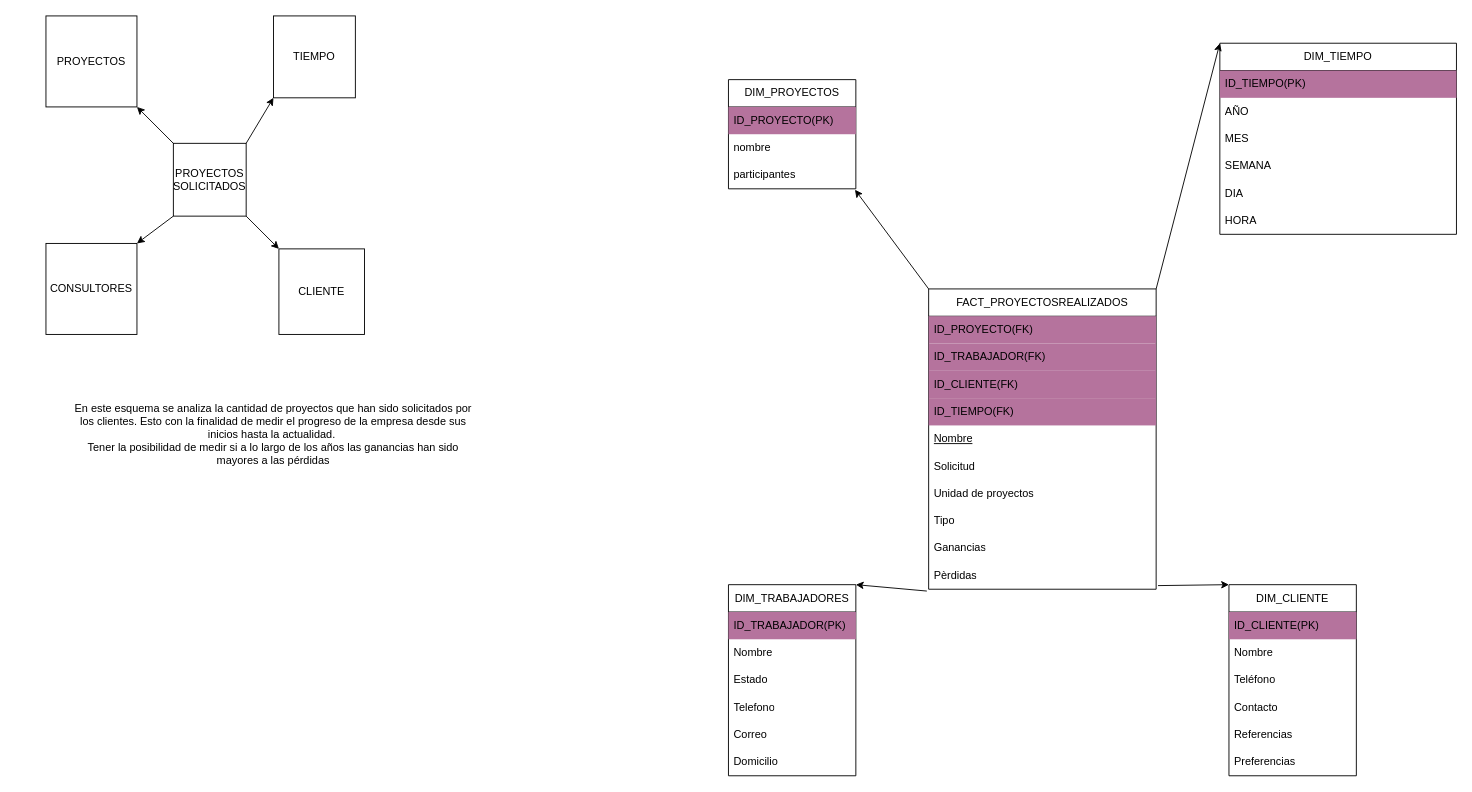
Above: page "Esquema1" (1 of 3) of Diagrama sin título.drawio in itslourdes/lourdesvaca (draw.io), before the change. Source tidied: cells renumbered, new cells numbered last; positions are measured from the earlier drawing's top-left corner, leaving out a move shared by most shapes. Both pictures are drawn from the tidied source at 91%, with x=0, y=0 at pixel (46, 15).
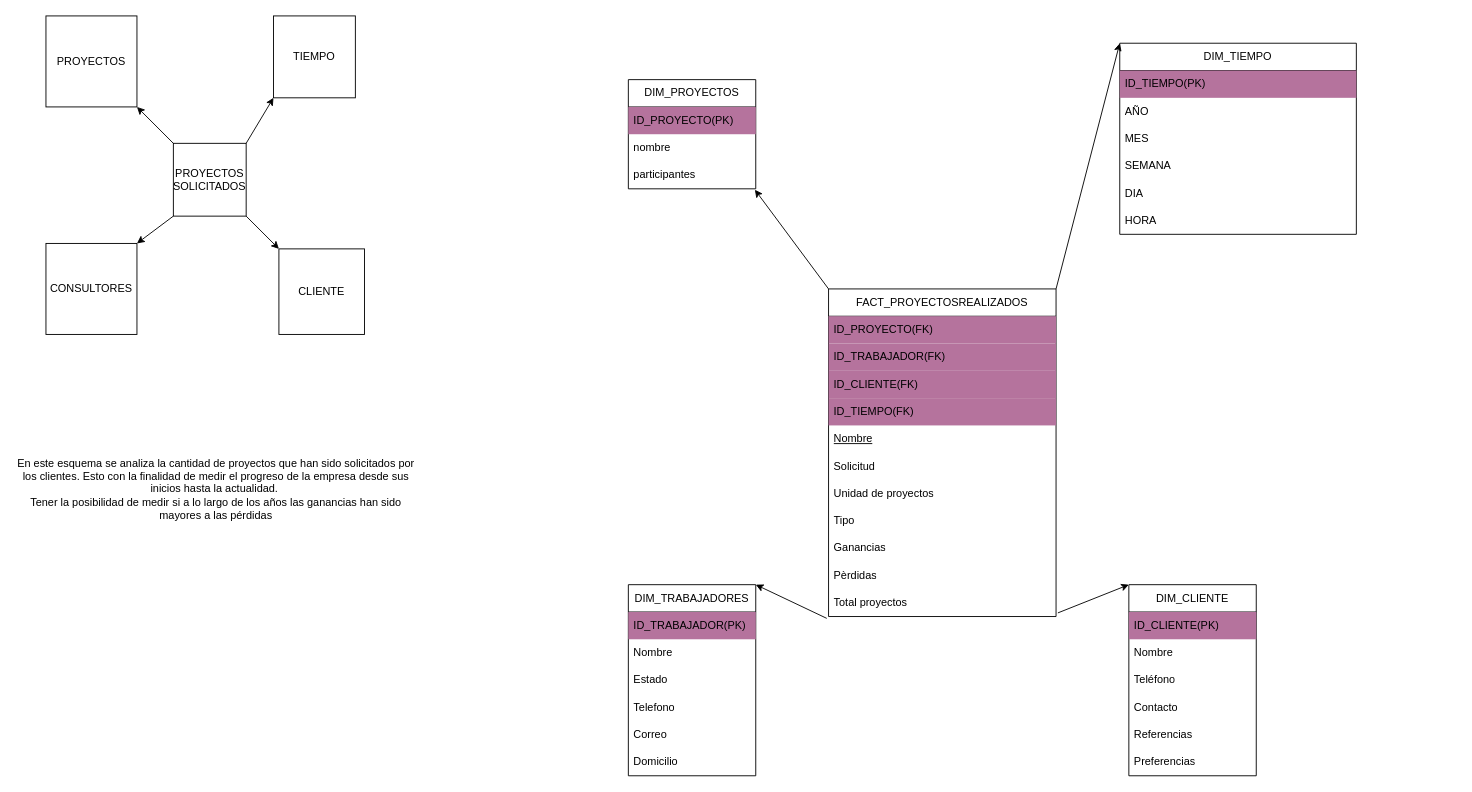
Above is the later version.

Diff of the diagram source:
```diff
@@
     <mxCell id="8" value="En este esquema se analiza la cantidad de proyectos que han sido solicitados por los clientes. Esto con la finalidad de medir el progreso de la empresa desde sus inicios hasta la actualidad.&amp;nbsp;&lt;br&gt;Tener la posibilidad de medir si a lo largo de los años las ganancias han sido mayores a las pérdidas" style="text;html=1;strokeColor=none;fillColor=none;align=center;verticalAlign=middle;whiteSpace=wrap;rounded=0;" parent="1" vertex="1">
-      <mxGeometry x="30" y="430" width="440" height="60" as="geometry" />
+      <mxGeometry x="-33" y="490" width="440" height="60" as="geometry" />
     </mxCell>
     <mxCell id="9" value="FACT_PROYECTOSREALIZADOS" style="swimlane;fontStyle=0;horizontal=1;startSize=30;whiteSpace=wrap;html=1;" parent="1" vertex="1">
-      <mxGeometry x="970" y="300" width="250" height="330" as="geometry" />
+      <mxGeometry x="860" y="300" width="250" height="360" as="geometry" />
     </mxCell>
@@
+    <mxCell id="52" value="Pèrdidas" style="text;strokeColor=none;fillColor=none;align=left;verticalAlign=middle;spacingLeft=4;spacingRight=4;overflow=hidden;whiteSpace=wrap;html=1;" parent="9" vertex="1">
+      <mxGeometry y="300" width="250" height="30" as="geometry" />
+    </mxCell>
-    <mxCell id="19" value="Pèrdidas" style="text;strokeColor=none;fillColor=none;align=left;verticalAlign=middle;spacingLeft=4;spacingRight=4;overflow=hidden;points=[[0,0.5],[1,0.5]];portConstraint=eastwest;whiteSpace=wrap;html=1;" parent="9" vertex="1">
-      <mxGeometry y="300" width="250" height="30" as="geometry" />
+    <mxCell id="19" value="Total proyectos" style="text;strokeColor=none;fillColor=none;align=left;verticalAlign=middle;spacingLeft=4;spacingRight=4;overflow=hidden;points=[[0,0.5],[1,0.5]];portConstraint=eastwest;whiteSpace=wrap;html=1;" parent="9" vertex="1">
+      <mxGeometry y="330" width="250" height="30" as="geometry" />
     </mxCell>
     <mxCell id="20" value="DIM_TIEMPO" style="swimlane;fontStyle=0;horizontal=1;startSize=30;whiteSpace=wrap;html=1;" parent="1" vertex="1">
-      <mxGeometry x="1290" y="30" width="260" height="210" as="geometry" />
+      <mxGeometry x="1180" y="30" width="260" height="210" as="geometry" />
     </mxCell>
@@
     <mxCell id="27" value="DIM_CLIENTE" style="swimlane;fontStyle=0;horizontal=1;startSize=30;whiteSpace=wrap;html=1;" parent="1" vertex="1">
-      <mxGeometry x="1300" y="625" width="140" height="210" as="geometry" />
+      <mxGeometry x="1190" y="625" width="140" height="210" as="geometry" />
     </mxCell>
@@
     <mxCell id="34" value="DIM_TRABAJADORES" style="swimlane;fontStyle=0;horizontal=1;startSize=30;whiteSpace=wrap;html=1;" parent="1" vertex="1">
-      <mxGeometry x="750" y="625" width="140" height="210" as="geometry" />
+      <mxGeometry x="640" y="625" width="140" height="210" as="geometry" />
     </mxCell>
@@
     <mxCell id="41" value="DIM_PROYECTOS" style="swimlane;fontStyle=0;horizontal=1;startSize=30;whiteSpace=wrap;html=1;" parent="1" vertex="1">
-      <mxGeometry x="750" y="70" width="140" height="120" as="geometry" />
+      <mxGeometry x="640" y="70" width="140" height="120" as="geometry" />
     </mxCell>
```
